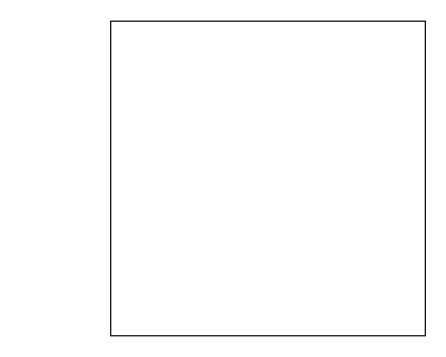
Earlier version of the draw.io diagram Conception/Diagramme de cas d'utilisation.drawio (CSliveR/Chief-s-Arena). Source tidied: cells renumbered, new cells numbered last; positions are measured from the earlier drawing's top-left corner, leaving out a move shared by most shapes. Both pictures are drawn from the tidied source at 121%, with x=0, y=0 at pixel (110, 21).
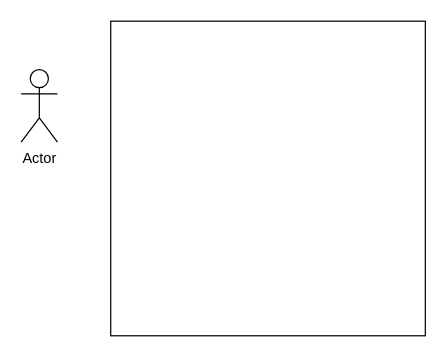
The same page after the edit.

The edit, as a diff of the source:
```diff
@@
 <mxGraphModel>
   <root>
     <mxCell id="0" />
     <mxCell id="1" parent="0" />
     <mxCell id="2" style="whiteSpace=wrap;html=1;" parent="1" vertex="1">
       <mxGeometry width="260" height="260" as="geometry" />
     </mxCell>
+    <mxCell id="3" value="Actor" style="shape=umlActor;verticalLabelPosition=bottom;verticalAlign=top;html=1;" parent="1" vertex="1">
+      <mxGeometry x="-74" y="40" width="30" height="60" as="geometry" />
+    </mxCell>
   </root>
 </mxGraphModel>
```
